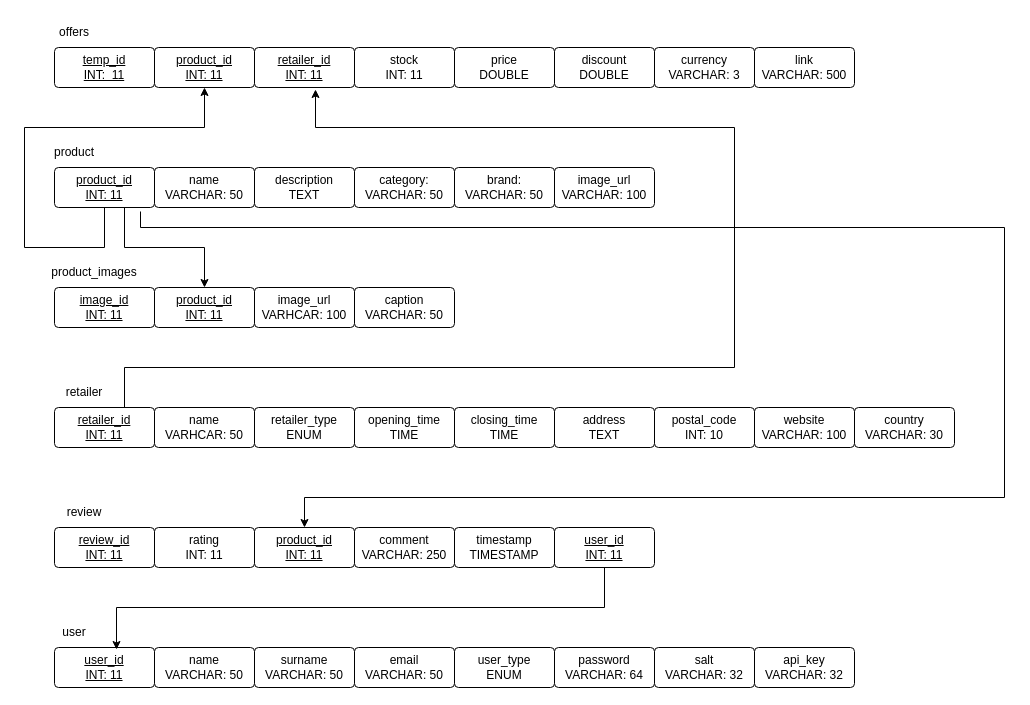
Before: schema_null&void.drawio in ShavirV/COS-221-Assignment-5, a draw.io diagram. Source tidied: cells renumbered, new cells numbered last; positions are measured from the earlier drawing's top-left corner, leaving out a move shared by most shapes. Both pictures are drawn from the tidied source at 100%, with x=0, y=0 at pixel (24, 17).
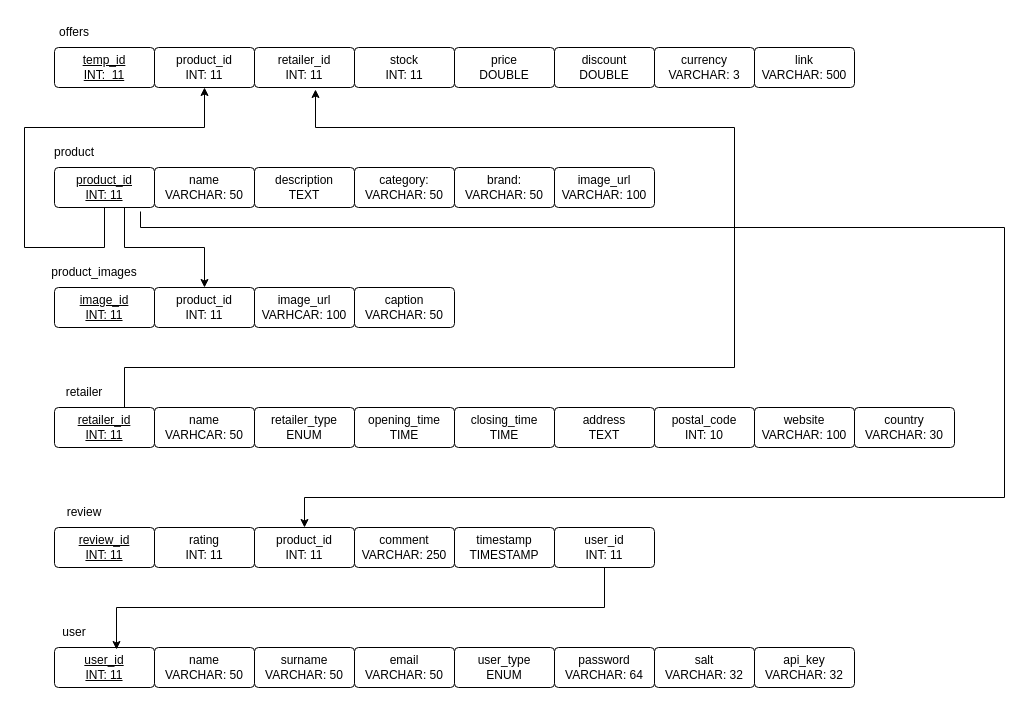
Above is the later version.

Commit message:
altered to correctly show FKs

What changed in the source:
```diff
@@
-    <mxCell id="3" value="product_id&lt;br&gt;INT: 11" style="rounded=1;arcSize=10;whiteSpace=wrap;html=1;align=center;fontStyle=4;" parent="1" vertex="1">
+    <mxCell id="3" value="product_id&lt;br&gt;INT: 11" style="rounded=1;arcSize=10;whiteSpace=wrap;html=1;align=center;fontStyle=0;" parent="1" vertex="1">
       <mxGeometry x="130" y="30" width="100" height="40" as="geometry" />
     </mxCell>
-    <mxCell id="4" value="retailer_id&lt;br&gt;INT: 11" style="rounded=1;arcSize=10;whiteSpace=wrap;html=1;align=center;fontStyle=4;" parent="1" vertex="1">
+    <mxCell id="4" value="retailer_id&lt;br&gt;INT: 11" style="rounded=1;arcSize=10;whiteSpace=wrap;html=1;align=center;fontStyle=0;" parent="1" vertex="1">
       <mxGeometry x="230" y="30" width="100" height="40" as="geometry" />
     </mxCell>
@@
-    <mxCell id="18" value="product_id&lt;br&gt;INT: 11" style="rounded=1;arcSize=10;whiteSpace=wrap;html=1;align=center;fontStyle=4;" parent="1" vertex="1">
+    <mxCell id="18" value="product_id&lt;br&gt;INT: 11" style="rounded=1;arcSize=10;whiteSpace=wrap;html=1;align=center;fontStyle=0;" parent="1" vertex="1">
       <mxGeometry x="130" y="270" width="100" height="40" as="geometry" />
     </mxCell>
@@
-    <mxCell id="31" value="product_id&lt;div&gt;INT: 11&lt;/div&gt;" style="rounded=1;arcSize=10;whiteSpace=wrap;html=1;align=center;fontStyle=4;" parent="1" vertex="1">
+    <mxCell id="31" value="product_id&lt;div&gt;INT: 11&lt;/div&gt;" style="rounded=1;arcSize=10;whiteSpace=wrap;html=1;align=center;fontStyle=0;" parent="1" vertex="1">
       <mxGeometry x="230" y="510" width="100" height="40" as="geometry" />
     </mxCell>
@@
-    <mxCell id="34" value="user_id&lt;div&gt;INT: 11&lt;/div&gt;" style="rounded=1;arcSize=10;whiteSpace=wrap;html=1;align=center;fontStyle=4;" parent="1" vertex="1">
+    <mxCell id="34" value="user_id&lt;div&gt;INT: 11&lt;/div&gt;" style="rounded=1;arcSize=10;whiteSpace=wrap;html=1;align=center;fontStyle=0;" parent="1" vertex="1">
       <mxGeometry x="530" y="510" width="100" height="40" as="geometry" />
     </mxCell>
```
